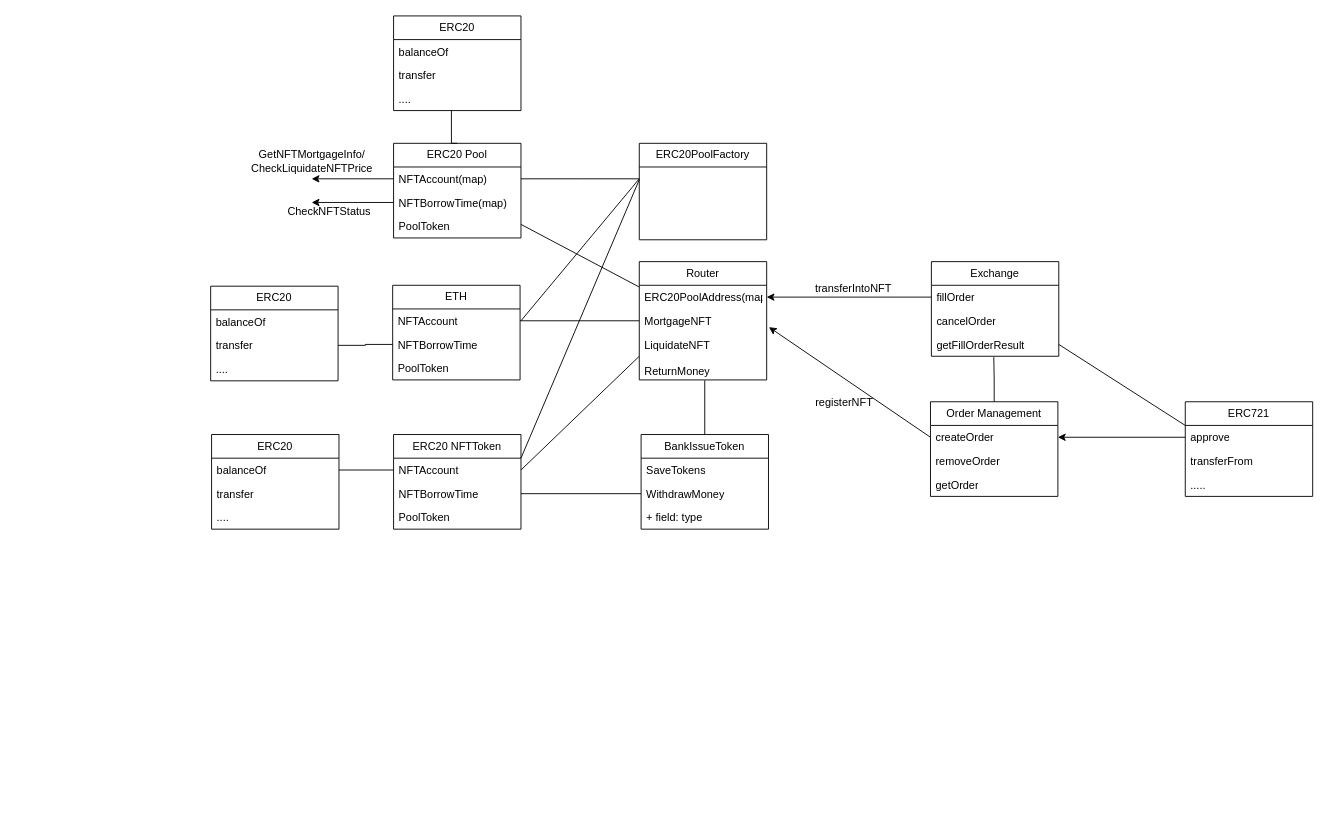
Earlier version of the draw.io diagram 未命名绘图.drawio (Adamlixi/adamblog.github.io). Source tidied: cells renumbered, new cells numbered last; positions are measured from the earlier drawing's top-left corner, leaving out a move shared by most shapes. Both pictures are drawn from the tidied source at 91%, with x=0, y=0 at pixel (210, 15).
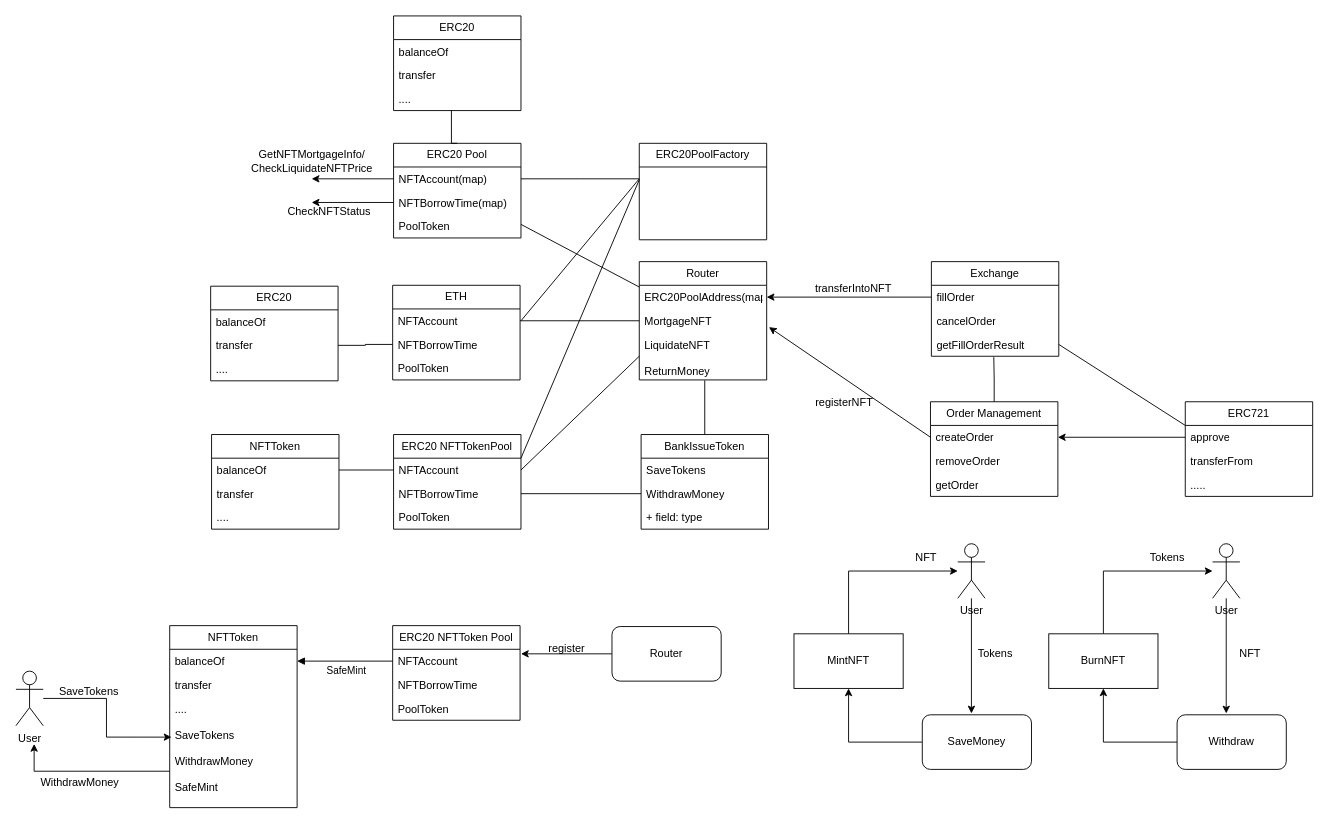
Above is the later version.

Commit message:
更新未命名绘图.drawio

What changed in the source:
```diff
@@
-    <mxCell id="19" value="ERC20 NFTToken" style="swimlane;fontStyle=0;horizontal=1;startSize=26;fillColor=none;whiteSpace=wrap;html=1;" parent="1" vertex="1">
+    <mxCell id="19" value="ERC20 NFTTokenPool" style="swimlane;fontStyle=0;horizontal=1;startSize=26;fillColor=none;whiteSpace=wrap;html=1;" parent="1" vertex="1">
       <mxGeometry x="201" y="460" width="140" height="104" as="geometry" />
     </mxCell>
@@
-    <mxCell id="56" value="ERC20" style="swimlane;fontStyle=0;horizontal=1;startSize=26;fillColor=none;whiteSpace=wrap;html=1;" parent="1" vertex="1">
+    <mxCell id="56" value="NFTToken" style="swimlane;fontStyle=0;horizontal=1;startSize=26;fillColor=none;whiteSpace=wrap;html=1;" parent="1" vertex="1">
       <mxGeometry x="1" y="460" width="140" height="104" as="geometry" />
     </mxCell>
@@
+    <mxCell id="69" value="ERC20 NFTToken Pool" style="swimlane;fontStyle=0;horizontal=1;startSize=26;fillColor=none;whiteSpace=wrap;html=1;" parent="1" vertex="1">
+      <mxGeometry x="200" y="670" width="140" height="104" as="geometry" />
+    </mxCell>
+    <mxCell id="70" value="NFTAccount" style="text;strokeColor=none;fillColor=none;align=left;verticalAlign=top;spacingLeft=4;spacingRight=4;overflow=hidden;points=[[0,0.5],[1,0.5]];portConstraint=eastwest;whiteSpace=wrap;html=1;" parent="69" vertex="1">
+      <mxGeometry y="26" width="140" height="26" as="geometry" />
+    </mxCell>
+    <mxCell id="71" value="NFTBorrowTime" style="text;strokeColor=none;fillColor=none;align=left;verticalAlign=top;spacingLeft=4;spacingRight=4;overflow=hidden;whiteSpace=wrap;html=1;" parent="69" vertex="1">
+      <mxGeometry y="52" width="140" height="26" as="geometry" />
+    </mxCell>
+    <mxCell id="72" value="PoolToken" style="text;strokeColor=none;fillColor=none;align=left;verticalAlign=top;spacingLeft=4;spacingRight=4;overflow=hidden;whiteSpace=wrap;html=1;" parent="69" vertex="1">
+      <mxGeometry y="78" width="140" height="26" as="geometry" />
+    </mxCell>
+    <mxCell id="73" value="NFTToken" style="swimlane;fontStyle=0;horizontal=1;startSize=26;fillColor=none;whiteSpace=wrap;html=1;" parent="1" vertex="1">
+      <mxGeometry x="-45" y="670" width="140" height="200" as="geometry" />
+    </mxCell>
+    <mxCell id="74" value="balanceOf" style="text;strokeColor=none;fillColor=none;align=left;verticalAlign=top;spacingLeft=4;spacingRight=4;overflow=hidden;points=[[0,0.5],[1,0.5]];portConstraint=eastwest;whiteSpace=wrap;html=1;" parent="73" vertex="1">
+      <mxGeometry y="26" width="140" height="26" as="geometry" />
+    </mxCell>
+    <mxCell id="75" value="transfer" style="text;strokeColor=none;fillColor=none;align=left;verticalAlign=top;spacingLeft=4;spacingRight=4;overflow=hidden;whiteSpace=wrap;html=1;" parent="73" vertex="1">
+      <mxGeometry y="52" width="140" height="26" as="geometry" />
+    </mxCell>
+    <mxCell id="76" style="edgeStyle=orthogonalEdgeStyle;rounded=0;jettySize=auto;html=1;" parent="73" edge="1" source="77">
+      <mxGeometry relative="1" as="geometry">
+        <mxPoint x="-149" y="130" as="targetPoint" />
+        <Array as="points">
+          <mxPoint x="-149" y="160" />
+        </Array>
+      </mxGeometry>
+    </mxCell>
+    <mxCell id="77" value="....&lt;br&gt;&lt;br&gt;SaveTokens&lt;br&gt;&lt;br&gt;WithdrawMoney&lt;br&gt;&lt;br&gt;SafeMint" style="text;strokeColor=none;fillColor=none;align=left;verticalAlign=top;spacingLeft=4;spacingRight=4;overflow=hidden;points=[[0,0.5],[1,0.5]];portConstraint=eastwest;whiteSpace=wrap;html=1;" parent="73" vertex="1">
+      <mxGeometry y="78" width="140" height="122" as="geometry" />
+    </mxCell>
+    <mxCell id="78" value="SafeMint" style="edgeStyle=orthogonalEdgeStyle;rounded=0;jettySize=auto;html=1;entryX=1;entryY=0.5;entryDx=0;entryDy=0;endArrow=block;endFill=1;" parent="1" edge="1" source="70" target="74">
+      <mxGeometry x="-0.03" y="11" relative="1" as="geometry" />
+    </mxCell>
+    <mxCell id="79" style="edgeStyle=orthogonalEdgeStyle;rounded=0;jettySize=auto;html=1;entryX=0.014;entryY=0.365;entryDx=0;entryDy=0;entryPerimeter=0;" parent="1" edge="1" source="80" target="77">
+      <mxGeometry relative="1" as="geometry" />
+    </mxCell>
+    <mxCell id="80" value="User" style="shape=umlActor;verticalLabelPosition=bottom;verticalAlign=top;html=1;outlineConnect=0;" parent="1" vertex="1">
+      <mxGeometry x="-214" y="720" width="30" height="60" as="geometry" />
+    </mxCell>
+    <mxCell id="81" value="SaveTokens" style="text;html=1;align=center;verticalAlign=middle;strokeColor=none;fillColor=none;" parent="1" vertex="1">
+      <mxGeometry x="-179" y="728" width="90" height="30" as="geometry" />
+    </mxCell>
+    <mxCell id="82" value="WithdrawMoney" style="text;html=1;align=center;verticalAlign=middle;strokeColor=none;fillColor=none;" parent="1" vertex="1">
+      <mxGeometry x="-199" y="828" width="110" height="30" as="geometry" />
+    </mxCell>
+    <mxCell id="83" style="edgeStyle=orthogonalEdgeStyle;rounded=0;jettySize=auto;html=1;" parent="1" edge="1" source="84">
+      <mxGeometry relative="1" as="geometry">
+        <mxPoint x="341" y="701" as="targetPoint" />
+      </mxGeometry>
+    </mxCell>
+    <mxCell id="84" value="Router" style="rounded=1;whiteSpace=wrap;html=1;" parent="1" vertex="1">
+      <mxGeometry x="441" y="671" width="120" height="60" as="geometry" />
+    </mxCell>
+    <mxCell id="85" value="register" style="text;html=1;align=center;verticalAlign=middle;strokeColor=none;fillColor=none;" parent="1" vertex="1">
+      <mxGeometry x="361" y="680" width="60" height="30" as="geometry" />
+    </mxCell>
+    <mxCell id="86" style="edgeStyle=orthogonalEdgeStyle;rounded=0;jettySize=auto;html=1;entryX=0.5;entryY=1;entryDx=0;entryDy=0;" parent="1" edge="1" source="87" target="89">
+      <mxGeometry relative="1" as="geometry" />
+    </mxCell>
+    <mxCell id="87" value="SaveMoney" style="rounded=1;whiteSpace=wrap;html=1;" parent="1" vertex="1">
+      <mxGeometry x="782" y="768" width="120" height="60" as="geometry" />
+    </mxCell>
+    <mxCell id="88" style="edgeStyle=orthogonalEdgeStyle;rounded=0;jettySize=auto;html=1;" parent="1" edge="1" source="89" target="91">
+      <mxGeometry relative="1" as="geometry">
+        <Array as="points">
+          <mxPoint x="701" y="610" />
+        </Array>
+      </mxGeometry>
+    </mxCell>
+    <mxCell id="89" value="MintNFT" style="rounded=0;whiteSpace=wrap;html=1;" parent="1" vertex="1">
+      <mxGeometry x="641" y="679" width="120" height="60" as="geometry" />
+    </mxCell>
+    <mxCell id="90" style="edgeStyle=orthogonalEdgeStyle;rounded=0;jettySize=auto;html=1;entryX=0.45;entryY=-0.025;entryDx=0;entryDy=0;entryPerimeter=0;" parent="1" edge="1" source="91" target="87">
+      <mxGeometry relative="1" as="geometry" />
+    </mxCell>
+    <mxCell id="91" value="User" style="shape=umlActor;verticalLabelPosition=bottom;verticalAlign=top;html=1;outlineConnect=0;" parent="1" vertex="1">
+      <mxGeometry x="821" y="580" width="30" height="60" as="geometry" />
+    </mxCell>
+    <mxCell id="92" value="Tokens" style="text;html=1;align=center;verticalAlign=middle;strokeColor=none;fillColor=none;" parent="1" vertex="1">
+      <mxGeometry x="832" y="686" width="60" height="30" as="geometry" />
+    </mxCell>
+    <mxCell id="93" style="edgeStyle=orthogonalEdgeStyle;rounded=0;jettySize=auto;html=1;entryX=0.5;entryY=1;entryDx=0;entryDy=0;" parent="1" edge="1" source="94" target="96">
+      <mxGeometry relative="1" as="geometry" />
+    </mxCell>
+    <mxCell id="94" value="Withdraw" style="rounded=1;whiteSpace=wrap;html=1;" parent="1" vertex="1">
+      <mxGeometry x="1062" y="768" width="120" height="60" as="geometry" />
+    </mxCell>
+    <mxCell id="95" style="edgeStyle=orthogonalEdgeStyle;rounded=0;jettySize=auto;html=1;" parent="1" edge="1" source="96" target="98">
+      <mxGeometry relative="1" as="geometry">
+        <Array as="points">
+          <mxPoint x="981" y="610" />
+        </Array>
+      </mxGeometry>
+    </mxCell>
+    <mxCell id="96" value="BurnNFT" style="rounded=0;whiteSpace=wrap;html=1;" parent="1" vertex="1">
+      <mxGeometry x="921" y="679" width="120" height="60" as="geometry" />
+    </mxCell>
+    <mxCell id="97" style="edgeStyle=orthogonalEdgeStyle;rounded=0;jettySize=auto;html=1;entryX=0.45;entryY=-0.025;entryDx=0;entryDy=0;entryPerimeter=0;" parent="1" edge="1" source="98" target="94">
+      <mxGeometry relative="1" as="geometry" />
+    </mxCell>
+    <mxCell id="98" value="User" style="shape=umlActor;verticalLabelPosition=bottom;verticalAlign=top;html=1;outlineConnect=0;" parent="1" vertex="1">
+      <mxGeometry x="1101" y="580" width="30" height="60" as="geometry" />
+    </mxCell>
+    <mxCell id="99" value="NFT" style="text;html=1;align=center;verticalAlign=middle;strokeColor=none;fillColor=none;" parent="1" vertex="1">
+      <mxGeometry x="1117" y="686" width="50" height="30" as="geometry" />
+    </mxCell>
+    <mxCell id="100" value="NFT" style="text;html=1;align=center;verticalAlign=middle;strokeColor=none;fillColor=none;" parent="1" vertex="1">
+      <mxGeometry x="761" y="580" width="50" height="30" as="geometry" />
+    </mxCell>
+    <mxCell id="101" value="Tokens" style="text;html=1;align=center;verticalAlign=middle;strokeColor=none;fillColor=none;" parent="1" vertex="1">
+      <mxGeometry x="1021" y="580" width="60" height="30" as="geometry" />
+    </mxCell>
```
